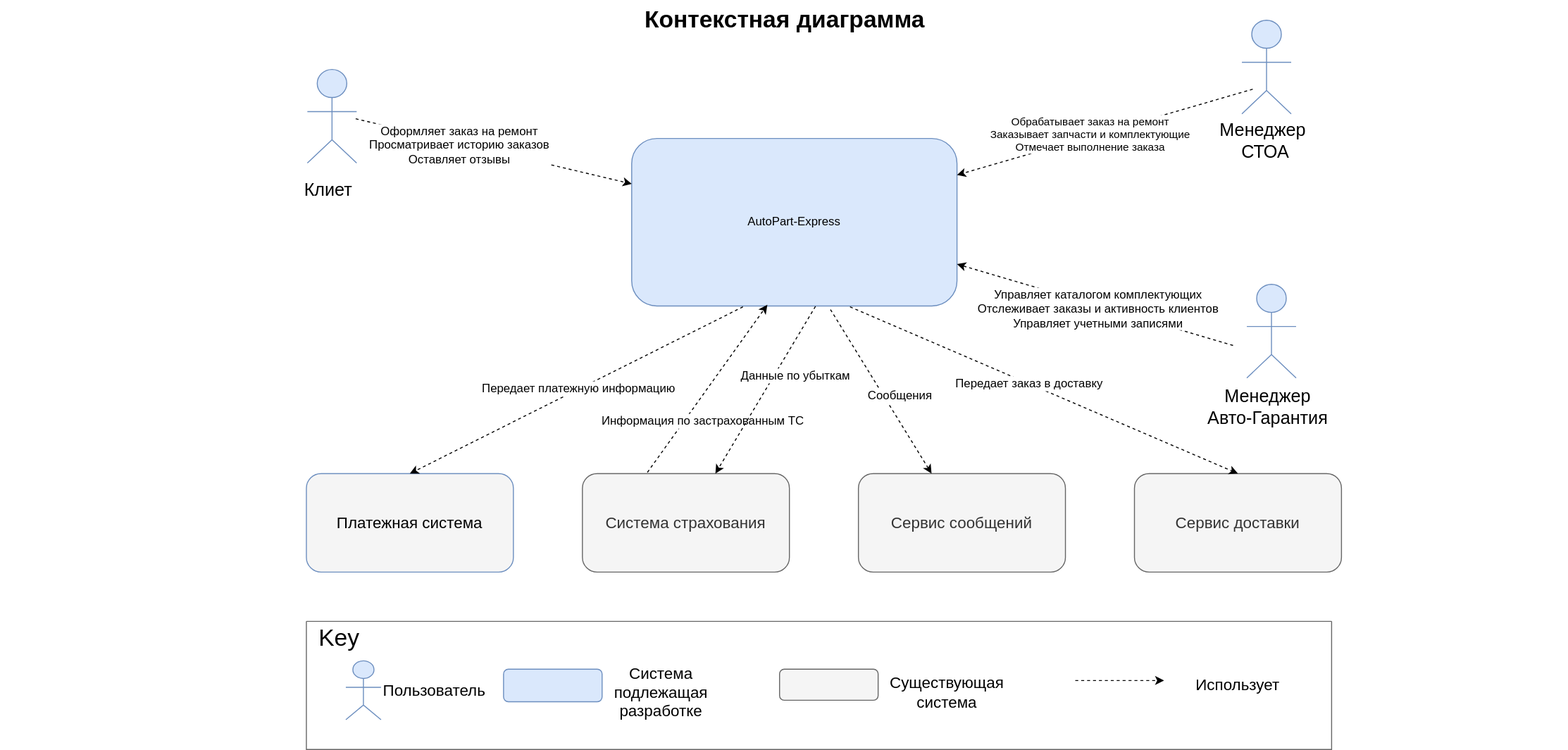
samsonovsa/OtusArhitectureFinalProject keeps this draw.io diagram as 2.Solution/1 ContextDiagram.svg. Above is the earlier version. Source tidied: cells renumbered, new cells last; positions are measured from the earlier drawing's top-left corner, leaving out a move shared by most shapes. Source of this version:
```xml
<mxGraphModel>
  <root>
    <mxCell id="0" />
    <mxCell id="1" parent="0" />
    <mxCell id="2" value="Контекстная диаграмма" style="text;strokeColor=none;fillColor=none;html=1;fontSize=24;fontStyle=1;verticalAlign=middle;align=center;" parent="1" vertex="1">
      <mxGeometry width="1590" height="40" as="geometry" />
    </mxCell>
    <mxCell id="3" style="group;" parent="1" vertex="1">
      <mxGeometry x="1210" y="290" width="150" height="153" as="geometry" />
    </mxCell>
    <mxCell id="4" style="html=1;whiteSpace=wrap;fillColor=#dae8fc;shape=mxgraph.archimate3.actor;fontSize=14;strokeColor=#6c8ebf;" parent="3" vertex="1">
      <mxGeometry x="54" y="-2" width="50" height="95" as="geometry" />
    </mxCell>
    <mxCell id="5" value="&lt;span style=&quot;font-size: 18px;&quot;&gt;Менеджер&lt;br&gt;Авто-Гарантия&lt;/span&gt;" style="text;html=1;align=center;verticalAlign=middle;strokeColor=none;fillColor=none;" parent="3" vertex="1">
      <mxGeometry y="93" width="150" height="60" as="geometry" />
    </mxCell>
    <mxCell id="6" style="group;" parent="1" vertex="1">
      <mxGeometry x="1245" y="20" width="105" height="153" as="geometry" />
    </mxCell>
    <mxCell id="7" style="html=1;whiteSpace=wrap;fillColor=#dae8fc;shape=mxgraph.archimate3.actor;fontSize=14;strokeColor=#6c8ebf;" parent="6" vertex="1">
      <mxGeometry x="14" width="50" height="95" as="geometry" />
    </mxCell>
    <mxCell id="8" value="&lt;span style=&quot;font-size: 18px;&quot;&gt;Менеджер&lt;br&gt;&amp;nbsp;СТОА&lt;/span&gt;" style="text;html=1;align=center;verticalAlign=middle;strokeColor=none;fillColor=none;" parent="6" vertex="1">
      <mxGeometry x="-20" y="93" width="110" height="60" as="geometry" />
    </mxCell>
    <mxCell id="9" style="group;" parent="1" vertex="1">
      <mxGeometry x="297" y="70" width="70" height="143" as="geometry" />
    </mxCell>
    <mxCell id="10" style="html=1;whiteSpace=wrap;fillColor=#dae8fc;shape=mxgraph.archimate3.actor;fontSize=14;strokeColor=#6c8ebf;" parent="9" vertex="1">
      <mxGeometry x="14" width="50" height="95" as="geometry" />
    </mxCell>
    <mxCell id="11" value="&lt;font style=&quot;font-size: 18px;&quot;&gt;Клиет&lt;/font&gt;" style="text;html=1;align=center;verticalAlign=middle;strokeColor=none;fillColor=none;" parent="9" vertex="1">
      <mxGeometry y="103" width="70" height="40" as="geometry" />
    </mxCell>
    <mxCell id="12" value="AutoPart-Express" style="rounded=1;whiteSpace=wrap;html=1;fillColor=#dae8fc;strokeColor=#6c8ebf;" parent="1" vertex="1">
      <mxGeometry x="640" y="140" width="330" height="170" as="geometry" />
    </mxCell>
    <mxCell id="13" style="endArrow=classic;html=1;rounded=0;entryX=1;entryY=0.75;entryDx=0;entryDy=0;dashed=1;" parent="1" edge="1" target="12">
      <mxGeometry relative="1" as="geometry">
        <mxPoint x="1250" y="350" as="sourcePoint" />
      </mxGeometry>
    </mxCell>
    <mxCell id="14" value="&lt;span style=&quot;font-size: 12px;&quot;&gt;Управляет каталогом комплектующих&lt;br&gt;Отслеживает заказы и активность клиентов&lt;br&gt;Управляет учетными записями&lt;br&gt;&lt;/span&gt;" style="edgeLabel;html=1;align=center;verticalAlign=middle;" parent="13" vertex="1">
      <mxGeometry x="-0.02" y="3" relative="1" as="geometry">
        <mxPoint x="1" as="offset" />
      </mxGeometry>
    </mxCell>
    <mxCell id="15" style="endArrow=classic;html=1;rounded=0;dashed=1;" parent="1" edge="1" target="12">
      <mxGeometry relative="1" as="geometry">
        <mxPoint x="360" y="120" as="sourcePoint" />
      </mxGeometry>
    </mxCell>
    <mxCell id="16" value="&lt;span style=&quot;font-size: 12px;&quot;&gt;Оформляет заказ на ремонт&lt;br&gt;Просматривает историю заказов&lt;br&gt;Оставляет отзывы&lt;br&gt;&lt;/span&gt;" style="edgeLabel;html=1;align=center;verticalAlign=middle;" parent="15" vertex="1">
      <mxGeometry x="-0.26" y="-2" relative="1" as="geometry">
        <mxPoint x="1" as="offset" />
      </mxGeometry>
    </mxCell>
    <mxCell id="17" style="endArrow=classic;html=1;rounded=0;dashed=1;" parent="1" edge="1" target="12">
      <mxGeometry relative="1" as="geometry">
        <mxPoint x="1270" y="90" as="sourcePoint" />
      </mxGeometry>
    </mxCell>
    <mxCell id="18" value="Обрабатывает заказ на ремонт&lt;br&gt;Заказывает запчасти и комплектующие&lt;br&gt;Отмечает выполнение заказа" style="edgeLabel;html=1;align=center;verticalAlign=middle;" parent="17" vertex="1">
      <mxGeometry x="0.1" y="-3" relative="1" as="geometry">
        <mxPoint x="1" as="offset" />
      </mxGeometry>
    </mxCell>
    <mxCell id="19" value="&lt;font size=&quot;3&quot;&gt;Платежная система&lt;/font&gt;" style="rounded=1;whiteSpace=wrap;html=1;fillColor=#F5F5F5;strokeColor=#6c8ebf;" parent="1" vertex="1">
      <mxGeometry x="310" y="480" width="210" height="100" as="geometry" />
    </mxCell>
    <mxCell id="20" value="&lt;font size=&quot;3&quot;&gt;Сервис доставки&lt;/font&gt;" style="rounded=1;whiteSpace=wrap;html=1;fillColor=#f5f5f5;strokeColor=#666666;fontColor=#333333;" parent="1" vertex="1">
      <mxGeometry x="1150" y="480" width="210" height="100" as="geometry" />
    </mxCell>
    <mxCell id="21" style="endArrow=classic;html=1;rounded=0;entryX=0.5;entryY=0;entryDx=0;entryDy=0;exitX=0.342;exitY=1.005;exitDx=0;exitDy=0;exitPerimeter=0;dashed=1;" parent="1" edge="1" source="12" target="19">
      <mxGeometry relative="1" as="geometry" />
    </mxCell>
    <mxCell id="22" value="&lt;font style=&quot;font-size: 12px;&quot;&gt;Передает платежную информацию&lt;/font&gt;" style="edgeLabel;html=1;align=center;verticalAlign=middle;" parent="21" vertex="1">
      <mxGeometry x="-0.01" y="-1" relative="1" as="geometry" />
    </mxCell>
    <mxCell id="23" style="endArrow=classic;html=1;rounded=0;entryX=0.5;entryY=0;entryDx=0;entryDy=0;exitX=0.671;exitY=1.005;exitDx=0;exitDy=0;exitPerimeter=0;dashed=1;" parent="1" edge="1" source="12" target="20">
      <mxGeometry relative="1" as="geometry" />
    </mxCell>
    <mxCell id="24" value="&lt;span style=&quot;font-size: 12px;&quot;&gt;Передает заказ в доставку&lt;/span&gt;" style="edgeLabel;html=1;align=center;verticalAlign=middle;" parent="23" vertex="1">
      <mxGeometry x="-0.08" relative="1" as="geometry" />
    </mxCell>
    <mxCell id="25" style="swimlane;startSize=0;fillColor=#f5f5f5;fontColor=#333333;strokeColor=#666666;" parent="1" vertex="1">
      <mxGeometry x="310" y="630" width="1040" height="130" as="geometry" />
    </mxCell>
    <mxCell id="26" value="Пользователь" style="text;html=1;strokeColor=none;fillColor=none;align=center;verticalAlign=middle;whiteSpace=wrap;rounded=0;fontSize=16;" parent="25" vertex="1">
      <mxGeometry x="100" y="54.9" width="60" height="30" as="geometry" />
    </mxCell>
    <mxCell id="27" style="rounded=1;whiteSpace=wrap;html=1;fillColor=#dae8fc;strokeColor=#6c8ebf;" parent="25" vertex="1">
      <mxGeometry x="200" y="48.5" width="100" height="33" as="geometry" />
    </mxCell>
    <mxCell id="28" value="Система&lt;br&gt;подлежащая&lt;br&gt;разработке" style="text;html=1;strokeColor=none;fillColor=none;align=center;verticalAlign=middle;whiteSpace=wrap;rounded=0;fontSize=16;" parent="25" vertex="1">
      <mxGeometry x="330" y="41.5" width="60" height="61.5" as="geometry" />
    </mxCell>
    <mxCell id="29" style="rounded=1;whiteSpace=wrap;html=1;fillColor=#f5f5f5;strokeColor=#666666;fontColor=#333333;" parent="25" vertex="1">
      <mxGeometry x="480" y="48.5" width="100" height="31.5" as="geometry" />
    </mxCell>
    <mxCell id="30" value="Существующая&lt;br&gt;система" style="text;html=1;strokeColor=none;fillColor=none;align=center;verticalAlign=middle;whiteSpace=wrap;rounded=0;fontSize=16;" parent="25" vertex="1">
      <mxGeometry x="620" y="41.5" width="60" height="61.5" as="geometry" />
    </mxCell>
    <mxCell id="31" style="endArrow=classic;html=1;rounded=0;dashed=1;" parent="25" edge="1">
      <mxGeometry relative="1" as="geometry">
        <mxPoint x="780" y="60" as="sourcePoint" />
        <mxPoint x="870" y="60" as="targetPoint" />
      </mxGeometry>
    </mxCell>
    <mxCell id="32" value="Использует" style="text;html=1;strokeColor=none;fillColor=none;align=center;verticalAlign=middle;whiteSpace=wrap;rounded=0;fontSize=16;" parent="25" vertex="1">
      <mxGeometry x="915" y="33.5" width="60" height="61.5" as="geometry" />
    </mxCell>
    <mxCell id="33" value="&lt;span style=&quot;font-size: 24px;&quot;&gt;Key&lt;/span&gt;" style="text;html=1;align=center;verticalAlign=middle;strokeColor=none;fillColor=none;" parent="1" vertex="1">
      <mxGeometry x="313" y="627" width="60" height="40" as="geometry" />
    </mxCell>
    <mxCell id="34" style="group;" parent="1" vertex="1">
      <mxGeometry x="340" y="670" width="50" height="90" as="geometry" />
    </mxCell>
    <mxCell id="35" style="html=1;whiteSpace=wrap;fillColor=#dae8fc;shape=mxgraph.archimate3.actor;fontSize=14;strokeColor=#6c8ebf;" parent="34" vertex="1">
      <mxGeometry x="10" width="35.7" height="59.8" as="geometry" />
    </mxCell>
    <mxCell id="36" value="&lt;font size=&quot;3&quot;&gt;Система страхования&lt;/font&gt;" style="rounded=1;whiteSpace=wrap;html=1;fillColor=#f5f5f5;strokeColor=#666666;fontColor=#333333;" parent="1" vertex="1">
      <mxGeometry x="590" y="480" width="210" height="100" as="geometry" />
    </mxCell>
    <mxCell id="37" style="endArrow=classic;html=1;rounded=0;entryX=0.417;entryY=0.993;entryDx=0;entryDy=0;exitX=0.314;exitY=-0.012;exitDx=0;exitDy=0;exitPerimeter=0;dashed=1;entryPerimeter=0;" parent="1" edge="1" source="36" target="12">
      <mxGeometry relative="1" as="geometry" />
    </mxCell>
    <mxCell id="38" value="&lt;span style=&quot;font-size: 12px;&quot;&gt;Информация по застрахованным ТС&lt;/span&gt;" style="edgeLabel;html=1;align=center;verticalAlign=middle;" parent="37" vertex="1">
      <mxGeometry x="-0.01" y="-1" relative="1" as="geometry">
        <mxPoint x="-5" y="31" as="offset" />
      </mxGeometry>
    </mxCell>
    <mxCell id="39" style="endArrow=classic;html=1;rounded=0;dashed=1;exitX=0.565;exitY=1.002;exitDx=0;exitDy=0;exitPerimeter=0;" parent="1" edge="1" source="12" target="36">
      <mxGeometry relative="1" as="geometry" />
    </mxCell>
    <mxCell id="40" value="&lt;span style=&quot;font-size: 12px;&quot;&gt;Данные по убыткам&lt;/span&gt;" style="edgeLabel;html=1;align=center;verticalAlign=middle;" parent="39" vertex="1">
      <mxGeometry x="-0.01" y="-1" relative="1" as="geometry">
        <mxPoint x="30" y="-13" as="offset" />
      </mxGeometry>
    </mxCell>
    <mxCell id="41" value="&lt;font size=&quot;3&quot;&gt;Сервис сообщений&lt;/font&gt;" style="rounded=1;whiteSpace=wrap;html=1;fillColor=#f5f5f5;strokeColor=#666666;fontColor=#333333;" parent="1" vertex="1">
      <mxGeometry x="870" y="480" width="210" height="100" as="geometry" />
    </mxCell>
    <mxCell id="42" style="endArrow=classic;html=1;rounded=0;dashed=1;exitX=0.611;exitY=1.021;exitDx=0;exitDy=0;exitPerimeter=0;" parent="1" edge="1" source="12" target="41">
      <mxGeometry relative="1" as="geometry" />
    </mxCell>
    <mxCell id="43" value="&lt;span style=&quot;font-size: 12px;&quot;&gt;Сообщения&lt;/span&gt;" style="edgeLabel;html=1;align=center;verticalAlign=middle;" parent="42" vertex="1">
      <mxGeometry x="-0.01" y="-1" relative="1" as="geometry">
        <mxPoint x="20" y="4" as="offset" />
      </mxGeometry>
    </mxCell>
  </root>
</mxGraphModel>
```
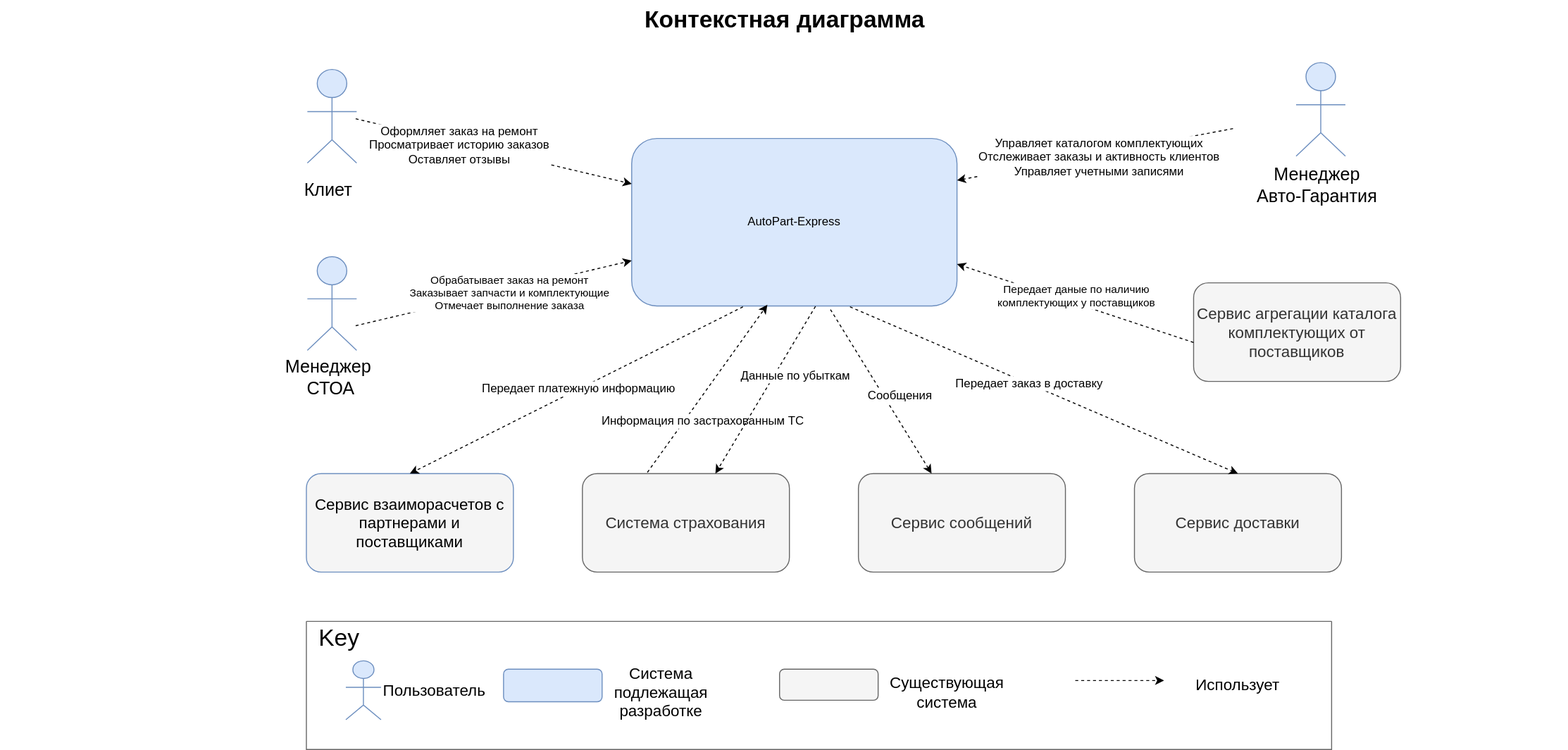
The same file after the commit.

What changed in the source:
```diff
@@ -6,7 +6,7 @@
       <mxGeometry width="1590" height="40" as="geometry" />
     </mxCell>
     <mxCell id="3" style="group;" parent="1" vertex="1">
-      <mxGeometry x="1210" y="290" width="150" height="153" as="geometry" />
+      <mxGeometry x="1260" y="65" width="150" height="153" as="geometry" />
     </mxCell>
     <mxCell id="4" style="html=1;whiteSpace=wrap;fillColor=#dae8fc;shape=mxgraph.archimate3.actor;fontSize=14;strokeColor=#6c8ebf;" parent="3" vertex="1">
       <mxGeometry x="54" y="-2" width="50" height="95" as="geometry" />
@@ -15,7 +15,7 @@
       <mxGeometry y="93" width="150" height="60" as="geometry" />
     </mxCell>
     <mxCell id="6" style="group;" parent="1" vertex="1">
-      <mxGeometry x="1245" y="20" width="105" height="153" as="geometry" />
+      <mxGeometry x="297" y="260" width="105" height="153" as="geometry" />
     </mxCell>
     <mxCell id="7" style="html=1;whiteSpace=wrap;fillColor=#dae8fc;shape=mxgraph.archimate3.actor;fontSize=14;strokeColor=#6c8ebf;" parent="6" vertex="1">
       <mxGeometry x="14" width="50" height="95" as="geometry" />
@@ -35,9 +35,9 @@
     <mxCell id="12" value="AutoPart-Express" style="rounded=1;whiteSpace=wrap;html=1;fillColor=#dae8fc;strokeColor=#6c8ebf;" parent="1" vertex="1">
       <mxGeometry x="640" y="140" width="330" height="170" as="geometry" />
     </mxCell>
-    <mxCell id="13" style="endArrow=classic;html=1;rounded=0;entryX=1;entryY=0.75;entryDx=0;entryDy=0;dashed=1;" parent="1" edge="1" target="12">
+    <mxCell id="13" style="endArrow=classic;html=1;rounded=0;entryX=1;entryY=0.25;entryDx=0;entryDy=0;dashed=1;" parent="1" edge="1" target="12">
       <mxGeometry relative="1" as="geometry">
-        <mxPoint x="1250" y="350" as="sourcePoint" />
+        <mxPoint x="1250" y="130" as="sourcePoint" />
       </mxGeometry>
     </mxCell>
     <mxCell id="14" value="&lt;span style=&quot;font-size: 12px;&quot;&gt;Управляет каталогом комплектующих&lt;br&gt;Отслеживает заказы и активность клиентов&lt;br&gt;Управляет учетными записями&lt;br&gt;&lt;/span&gt;" style="edgeLabel;html=1;align=center;verticalAlign=middle;" parent="13" vertex="1">
@@ -57,7 +57,7 @@
     </mxCell>
     <mxCell id="17" style="endArrow=classic;html=1;rounded=0;dashed=1;" parent="1" edge="1" target="12">
       <mxGeometry relative="1" as="geometry">
-        <mxPoint x="1270" y="90" as="sourcePoint" />
+        <mxPoint x="360" y="330" as="sourcePoint" />
       </mxGeometry>
     </mxCell>
     <mxCell id="18" value="Обрабатывает заказ на ремонт&lt;br&gt;Заказывает запчасти и комплектующие&lt;br&gt;Отмечает выполнение заказа" style="edgeLabel;html=1;align=center;verticalAlign=middle;" parent="17" vertex="1">
@@ -65,7 +65,7 @@
         <mxPoint x="1" as="offset" />
       </mxGeometry>
     </mxCell>
-    <mxCell id="19" value="&lt;font size=&quot;3&quot;&gt;Платежная система&lt;/font&gt;" style="rounded=1;whiteSpace=wrap;html=1;fillColor=#F5F5F5;strokeColor=#6c8ebf;" parent="1" vertex="1">
+    <mxCell id="19" value="&lt;font size=&quot;3&quot;&gt;Сервис взаиморасчетов с партнерами и поставщиками&lt;/font&gt;" style="rounded=1;whiteSpace=wrap;html=1;fillColor=#F5F5F5;strokeColor=#6c8ebf;" parent="1" vertex="1">
       <mxGeometry x="310" y="480" width="210" height="100" as="geometry" />
     </mxCell>
     <mxCell id="20" value="&lt;font size=&quot;3&quot;&gt;Сервис доставки&lt;/font&gt;" style="rounded=1;whiteSpace=wrap;html=1;fillColor=#f5f5f5;strokeColor=#666666;fontColor=#333333;" parent="1" vertex="1">
@@ -149,5 +149,18 @@
         <mxPoint x="20" y="4" as="offset" />
       </mxGeometry>
     </mxCell>
+    <mxCell id="44" value="&lt;font size=&quot;3&quot;&gt;Сервис агрегации каталога комплектующих от поставщиков&lt;/font&gt;" style="rounded=1;whiteSpace=wrap;html=1;fillColor=#f5f5f5;strokeColor=#666666;fontColor=#333333;" parent="1" vertex="1">
+      <mxGeometry x="1210" y="286.5" width="210" height="100" as="geometry" />
+    </mxCell>
+    <mxCell id="45" style="endArrow=classic;html=1;rounded=0;dashed=1;entryX=1;entryY=0.75;entryDx=0;entryDy=0;" parent="1" edge="1" target="12">
+      <mxGeometry relative="1" as="geometry">
+        <mxPoint x="1210" y="347" as="sourcePoint" />
+      </mxGeometry>
+    </mxCell>
+    <mxCell id="46" value="Передает даные по наличию &lt;br&gt;комплектующих у поставщиков" style="edgeLabel;html=1;align=center;verticalAlign=middle;" parent="45" vertex="1">
+      <mxGeometry x="-0.26" y="-2" relative="1" as="geometry">
+        <mxPoint x="-31" y="-16" as="offset" />
+      </mxGeometry>
+    </mxCell>
   </root>
 </mxGraphModel>
```
